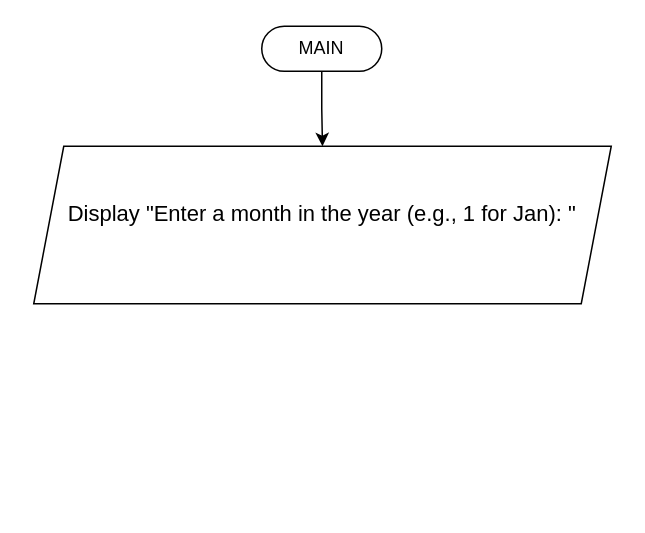
Earlier version of the draw.io diagram doc/Week3_Test Plan.drawio (RedjaderCode/redjader). Source tidied: cells renumbered, new cells numbered last; positions are measured from the earlier drawing's top-left corner, leaving out a move shared by most shapes. Both pictures are drawn from the tidied source at 150%, with x=0, y=0 at pixel (33, 26).
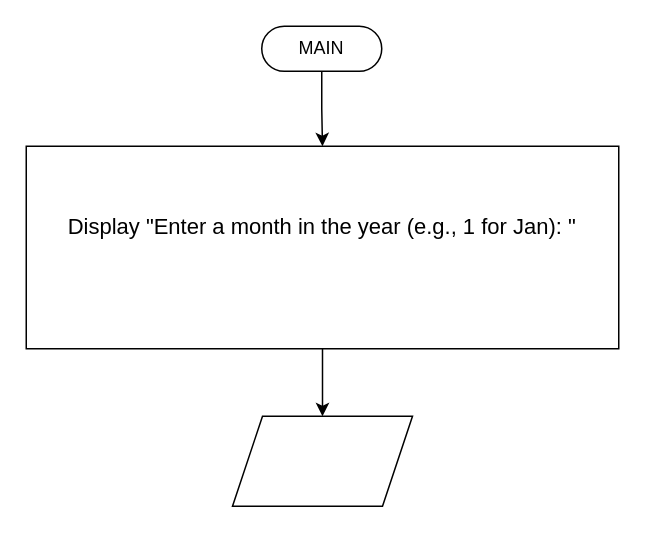
After the change.

Diff of the diagram source:
```diff
@@
 <mxGraphModel>
   <root>
     <mxCell id="0" />
     <mxCell id="1" parent="0" />
     <mxCell id="2" style="edgeStyle=orthogonalEdgeStyle;rounded=0;jettySize=auto;html=1;" parent="1" edge="1" source="3" target="4">
       <mxGeometry relative="1" as="geometry" />
     </mxCell>
     <mxCell id="3" value="MAIN" style="html=1;dashed=0;whiteSpace=wrap;shape=mxgraph.dfd.start;" parent="1" vertex="1">
       <mxGeometry x="152" width="80" height="30" as="geometry" />
     </mxCell>
+    <mxCell id="5" style="edgeStyle=orthogonalEdgeStyle;rounded=0;jettySize=auto;html=1;" parent="1" edge="1" source="4" target="6">
+      <mxGeometry relative="1" as="geometry" />
+    </mxCell>
-    <mxCell id="4" value="&lt;span id=&quot;docs-internal-guid-baea023c-7fff-12b6-3a81-397b67b8ee17&quot;&gt;&lt;p style=&quot;line-height:1.38;margin-top:0pt;margin-bottom:0pt;&quot; dir=&quot;ltr&quot;&gt;&lt;span style=&quot;font-size: 11pt; font-family: Arial, sans-serif; background-color: transparent; font-variant-numeric: normal; font-variant-east-asian: normal; font-variant-alternates: normal; font-variant-position: normal; vertical-align: baseline; white-space-collapse: preserve;&quot;&gt;Display &quot;Enter a month in the year (e.g., 1 for Jan): &quot;&lt;/span&gt;&lt;/p&gt;&lt;div&gt;&lt;span style=&quot;font-size: 11pt; font-family: Arial, sans-serif; background-color: transparent; font-variant-numeric: normal; font-variant-east-asian: normal; font-variant-alternates: normal; font-variant-position: normal; vertical-align: baseline; white-space-collapse: preserve;&quot;&gt;&lt;br&gt;&lt;/span&gt;&lt;/div&gt;&lt;/span&gt;" style="shape=parallelogram;perimeter=parallelogramPerimeter;whiteSpace=wrap;html=1;fixedSize=1;dashed=0;" parent="1" vertex="1">
-      <mxGeometry y="80" width="385" height="105" as="geometry" />
+    <mxCell id="4" value="&#10;&lt;b id=&quot;docs-internal-guid-baea023c-7fff-12b6-3a81-397b67b8ee17&quot; style=&quot;font-weight:normal;&quot;&gt;&lt;p style=&quot;line-height:1.38;margin-top:0pt;margin-bottom:0pt;&quot; dir=&quot;ltr&quot;&gt;&lt;span style=&quot;font-size:11pt;font-family:Arial,sans-serif;color:#000000;background-color:transparent;font-weight:400;font-style:normal;font-variant:normal;text-decoration:none;vertical-align:baseline;white-space:pre;white-space:pre-wrap;&quot;&gt;Display &quot;Enter a month in the year (e.g., 1 for Jan): &quot;&lt;/span&gt;&lt;/p&gt;&lt;/b&gt;&lt;br class=&quot;Apple-interchange-newline&quot;&gt;&#10;&#10;" style="whiteSpace=wrap;html=1;dashed=0;" parent="1" vertex="1">
+      <mxGeometry x="-5" y="80" width="395" height="135" as="geometry" />
     </mxCell>
+    <mxCell id="6" style="shape=parallelogram;perimeter=parallelogramPerimeter;whiteSpace=wrap;html=1;fixedSize=1;dashed=0;" parent="1" vertex="1">
+      <mxGeometry x="132.5" y="260" width="120" height="60" as="geometry" />
+    </mxCell>
   </root>
 </mxGraphModel>
```
